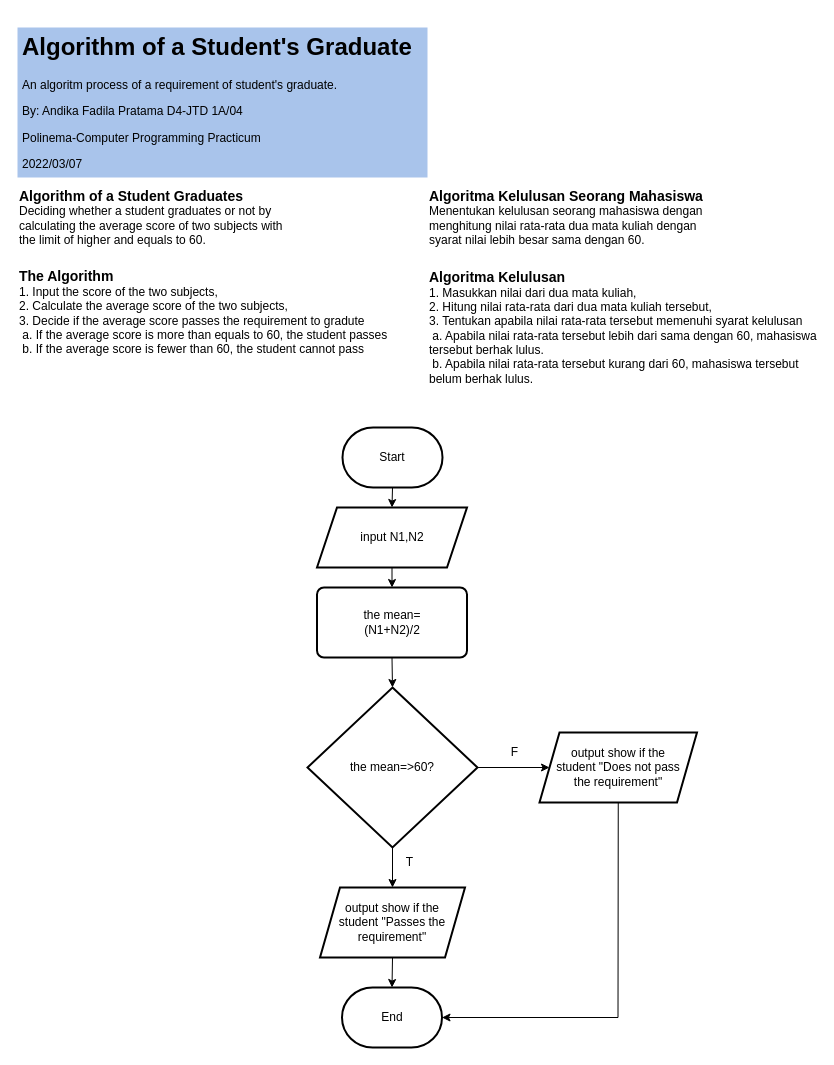
This is Algorithm of a Student's Graduate.drawio from troders34/troders34, a draw.io file, before an edit. Source tidied: cells renumbered, new cells numbered last; positions are measured from the earlier drawing's top-left corner, leaving out a move shared by most shapes. Both pictures are drawn from the tidied source at 100%, with x=0, y=0 at pixel (17, 27).
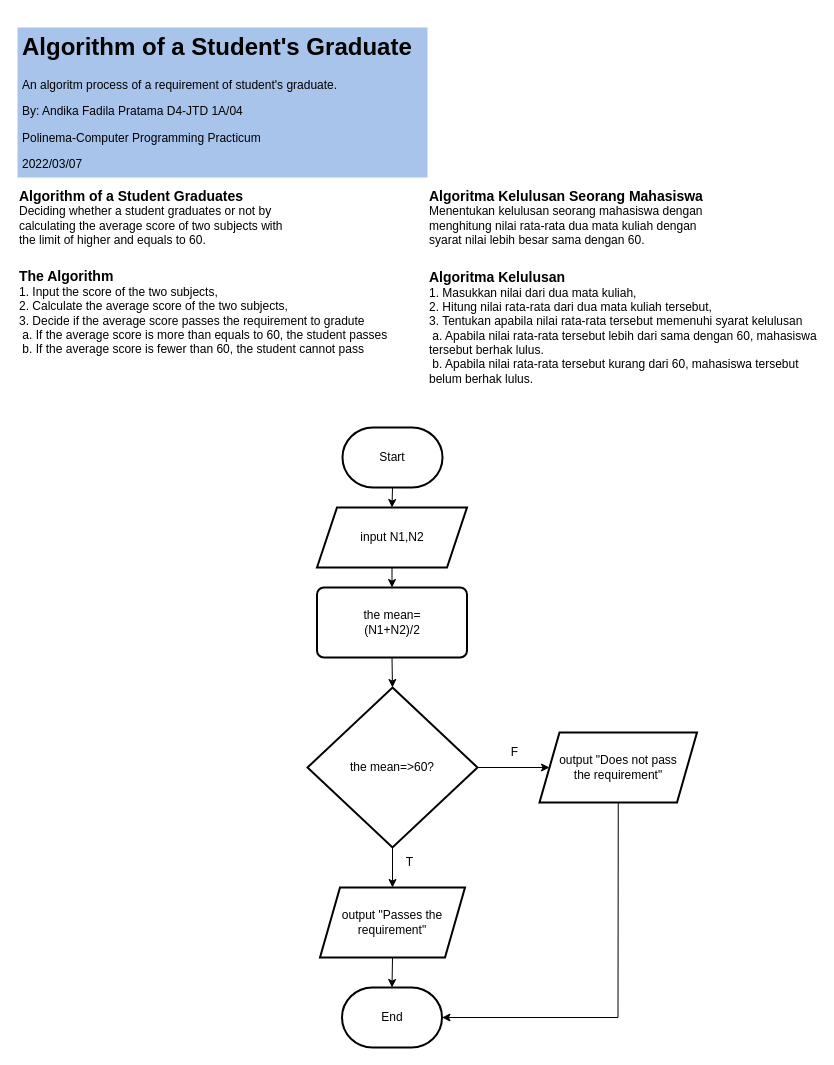
The same diagram, later.

Diff of the diagram source:
```diff
@@
-    <mxCell id="19" value="output show if the student &quot;Passes the requirement&quot;" style="text;html=1;strokeColor=none;fillColor=none;align=center;verticalAlign=middle;whiteSpace=wrap;rounded=0;fontSize=12;" parent="1" vertex="1">
+    <mxCell id="19" value="output &quot;Passes the requirement&quot;" style="text;html=1;strokeColor=none;fillColor=none;align=center;verticalAlign=middle;whiteSpace=wrap;rounded=0;fontSize=12;" parent="1" vertex="1">
       <mxGeometry x="320" y="870" width="110" height="50" as="geometry" />
     </mxCell>
@@
-    <mxCell id="23" value="output show if the student &quot;Does not pass the requirement&quot;" style="text;html=1;strokeColor=none;fillColor=none;align=center;verticalAlign=middle;whiteSpace=wrap;rounded=0;fontSize=12;" parent="1" vertex="1">
+    <mxCell id="23" value="output &quot;Does not pass the requirement&quot;" style="text;html=1;strokeColor=none;fillColor=none;align=center;verticalAlign=middle;whiteSpace=wrap;rounded=0;fontSize=12;" parent="1" vertex="1">
       <mxGeometry x="535.8" y="715" width="130" height="50" as="geometry" />
     </mxCell>
```
